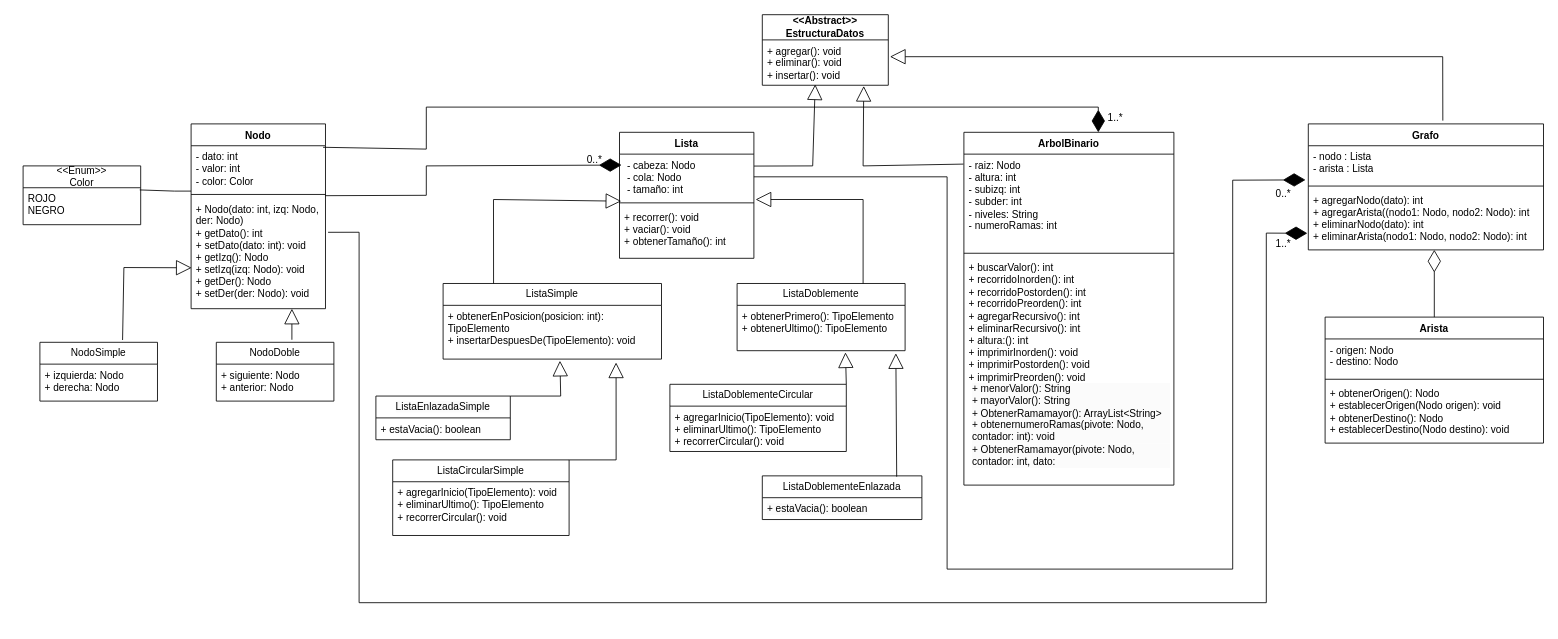
Above: ACD - Estructuras de datos.drawio in Nikooll/ACD---Estructuras-de-datos (draw.io), before the change. Source tidied: cells renumbered, new cells numbered last; positions are measured from the earlier drawing's top-left corner, leaving out a move shared by most shapes. Both pictures are drawn from the tidied source at 84%, with x=0, y=0 at pixel (23, 14).
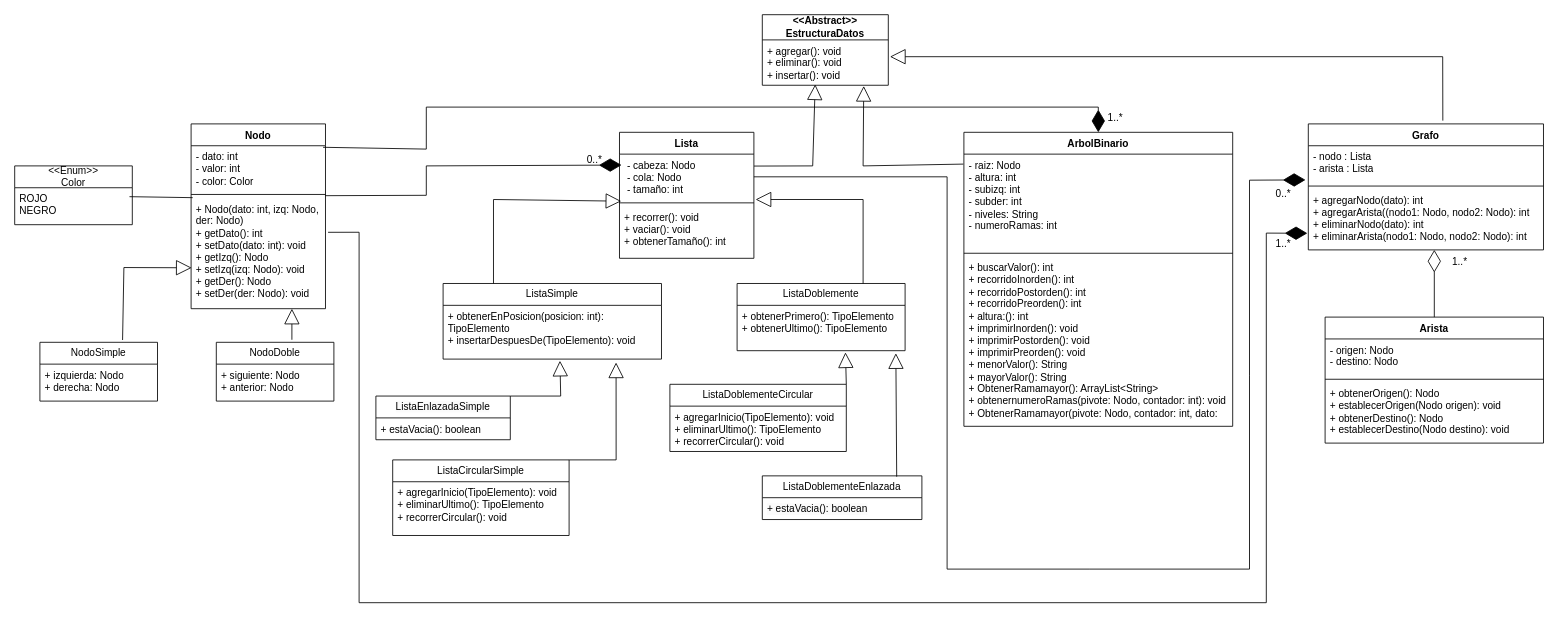
After the change.

Unchanged cells that the change refers to:
```xml
<mxCell id="9" value="&amp;nbsp;- cabeza: Nodo&lt;br&gt;&lt;div&gt;&amp;nbsp;- cola: Nodo&amp;nbsp;&lt;/div&gt;&lt;div&gt;&amp;nbsp;- tamaño: int&amp;nbsp; &lt;/div&gt;" style="text;strokeColor=none;fillColor=none;align=left;verticalAlign=top;spacingLeft=4;spacingRight=4;overflow=hidden;points=[[0,0.5],[1,0.5]];portConstraint=eastwest;whiteSpace=wrap;html=1;" parent="8" vertex="1">
  <mxGeometry y="26" width="160" height="54" as="geometry" />
</mxCell>
<mxCell id="10" style="line;strokeWidth=1;fillColor=none;align=left;verticalAlign=middle;spacingTop=-1;spacingLeft=3;spacingRight=3;labelPosition=right;points=[];portConstraint=eastwest;strokeColor=inherit;" parent="8" vertex="1">
  <mxGeometry y="80" width="160" height="8" as="geometry" />
</mxCell>
<mxCell id="14" value="ListaSimple" style="swimlane;fontStyle=0;horizontal=1;startSize=26;fillColor=none;whiteSpace=wrap;html=1;" parent="1" vertex="1">
  <mxGeometry x="500" y="320" width="260" height="90" as="geometry" />
</mxCell>
<mxCell id="33" value="- nodo : Lista&lt;br&gt;- arista : Lista" style="text;strokeColor=none;fillColor=none;align=left;verticalAlign=top;spacingLeft=4;spacingRight=4;overflow=hidden;points=[[0,0.5],[1,0.5]];portConstraint=eastwest;whiteSpace=wrap;html=1;" parent="32" vertex="1">
  <mxGeometry y="26" width="280" height="44" as="geometry" />
</mxCell>
<mxCell id="44" style="line;strokeWidth=1;fillColor=none;align=left;verticalAlign=middle;spacingTop=-1;spacingLeft=3;spacingRight=3;labelPosition=right;points=[];portConstraint=eastwest;strokeColor=inherit;" parent="42" vertex="1">
  <mxGeometry y="80" width="160" height="8" as="geometry" />
</mxCell>
<mxCell id="47" value="&lt;div&gt;ROJO&lt;/div&gt;&lt;div&gt;NEGRO&lt;br&gt;&lt;/div&gt;" style="text;strokeColor=none;fillColor=none;align=left;verticalAlign=top;spacingLeft=4;spacingRight=4;overflow=hidden;points=[[0,0.5],[1,0.5]];portConstraint=eastwest;whiteSpace=wrap;html=1;" parent="46" vertex="1">
  <mxGeometry y="26" width="140" height="44" as="geometry" />
</mxCell>
```

Change to the diagram source:
```diff
@@
     <mxCell id="4" value="ArbolBinario" style="swimlane;fontStyle=1;align=center;verticalAlign=top;horizontal=1;startSize=26;whiteSpace=wrap;html=1;" parent="1" vertex="1">
-      <mxGeometry x="1120" y="140" width="250" height="420" as="geometry" />
+      <mxGeometry x="1120" y="140" width="320" height="350" as="geometry" />
     </mxCell>
     <mxCell id="5" value="- raiz: Nodo&lt;br&gt;- altura: int&lt;br&gt;- subizq: int&lt;br&gt;- subder: int&lt;br&gt;- niveles: String&lt;br&gt;- numeroRamas: int" style="text;strokeColor=none;fillColor=none;align=left;verticalAlign=top;spacingLeft=4;spacingRight=4;overflow=hidden;points=[[0,0.5],[1,0.5]];portConstraint=eastwest;whiteSpace=wrap;html=1;" parent="4" vertex="1">
-      <mxGeometry y="26" width="250" height="114" as="geometry" />
+      <mxGeometry y="26" width="320" height="114" as="geometry" />
     </mxCell>
     <mxCell id="6" style="line;strokeWidth=1;fillColor=none;align=left;verticalAlign=middle;spacingTop=-1;spacingLeft=3;spacingRight=3;labelPosition=right;strokeColor=inherit;" parent="4" vertex="1">
-      <mxGeometry y="140" width="250" height="8" as="geometry" />
+      <mxGeometry y="140" width="320" height="8" as="geometry" />
     </mxCell>
-    <mxCell id="7" value="+ buscarValor(): int&lt;br&gt;+ recorridoInorden(): int&lt;br&gt;+ recorridoPostorden(): int&lt;br&gt;+ recorridoPreorden(): int&lt;br&gt;+ agregarRecursivo(): int&lt;br&gt;+ eliminarRecursivo(): int&lt;br&gt;+ altura:(): int&lt;br&gt;+ imprimirInorden(): void&lt;br&gt;+ imprimirPostorden(): void&lt;br&gt;+ imprimirPreorden(): void&lt;br&gt;&lt;div&gt;&lt;p style=&quot;forced-color-adjust: none; color: rgb(0, 0, 0); font-family: Helvetica; font-size: 12px; font-style: normal; font-variant-ligatures: normal; font-variant-caps: normal; font-weight: 400; letter-spacing: normal; orphans: 2; text-align: left; text-indent: 0px; text-transform: none; widows: 2; word-spacing: 0px; -webkit-text-stroke-width: 0px; white-space: normal; background-color: rgb(251, 251, 251); text-decoration-thickness: initial; text-decoration-style: initial; text-decoration-color: initial; margin: 0px 0px 0px 4px;&quot;&gt;&lt;span style=&quot;forced-color-adjust: none; background-color: initial;&quot;&gt;+ menorValor(): String&lt;/span&gt;&lt;/p&gt;&lt;p style=&quot;forced-color-adjust: none; color: rgb(0, 0, 0); font-family: Helvetica; font-size: 12px; font-style: normal; font-variant-ligatures: normal; font-variant-caps: normal; font-weight: 400; letter-spacing: normal; orphans: 2; text-align: left; text-indent: 0px; text-transform: none; widows: 2; word-spacing: 0px; -webkit-text-stroke-width: 0px; white-space: normal; background-color: rgb(251, 251, 251); text-decoration-thickness: initial; text-decoration-style: initial; text-decoration-color: initial; margin: 0px 0px 0px 4px;&quot;&gt;&lt;span style=&quot;forced-color-adjust: none; background-color: initial;&quot;&gt;+ mayorValor(): String&lt;/span&gt;&lt;/p&gt;&lt;p style=&quot;forced-color-adjust: none; color: rgb(0, 0, 0); font-family: Helvetica; font-size: 12px; font-style: normal; font-variant-ligatures: normal; font-variant-caps: normal; font-weight: 400; letter-spacing: normal; orphans: 2; text-align: left; text-indent: 0px; text-transform: none; widows: 2; word-spacing: 0px; -webkit-text-stroke-width: 0px; white-space: normal; background-color: rgb(251, 251, 251); text-decoration-thickness: initial; text-decoration-style: initial; text-decoration-color: initial; margin: 0px 0px 0px 4px;&quot;&gt;&lt;span style=&quot;forced-color-adjust: none; background-color: initial;&quot;&gt;+ ObtenerRamamayor(): ArrayList&amp;lt;String&amp;gt;&lt;/span&gt;&lt;/p&gt;&lt;p style=&quot;forced-color-adjust: none; color: rgb(0, 0, 0); font-family: Helvetica; font-size: 12px; font-style: normal; font-variant-ligatures: normal; font-variant-caps: normal; font-weight: 400; letter-spacing: normal; orphans: 2; text-align: left; text-indent: 0px; text-transform: none; widows: 2; word-spacing: 0px; -webkit-text-stroke-width: 0px; white-space: normal; background-color: rgb(251, 251, 251); text-decoration-thickness: initial; text-decoration-style: initial; text-decoration-color: initial; margin: 0px 0px 0px 4px;&quot;&gt;&lt;span style=&quot;forced-color-adjust: none; background-color: initial;&quot;&gt;+ obtenernumeroRamas(pivote: Nodo, contador: int): void&lt;/span&gt;&lt;/p&gt;&lt;p style=&quot;forced-color-adjust: none; color: rgb(0, 0, 0); font-family: Helvetica; font-size: 12px; font-style: normal; font-variant-ligatures: normal; font-variant-caps: normal; font-weight: 400; letter-spacing: normal; orphans: 2; text-align: left; text-indent: 0px; text-transform: none; widows: 2; word-spacing: 0px; -webkit-text-stroke-width: 0px; white-space: normal; background-color: rgb(251, 251, 251); text-decoration-thickness: initial; text-decoration-style: initial; text-decoration-color: initial; margin: 0px 0px 0px 4px;&quot;&gt;&lt;span style=&quot;forced-color-adjust: none; background-color: initial;&quot;&gt;+ ObtenerRamamayor(pivote: Nodo, contador: int, dato:&lt;/span&gt;&lt;/p&gt;&lt;p style=&quot;forced-color-adjust: none; color: rgb(0, 0, 0); font-family: Helvetica; font-size: 12px; font-style: normal; font-variant-ligatures: normal; font-variant-caps: normal; font-weight: 400; letter-spacing: normal; orphans: 2; text-align: left; text-indent: 0px; text-transform: none; widows: 2; word-spacing: 0px; -webkit-text-stroke-width: 0px; white-space: normal; background-color: rgb(251, 251, 251); text-decoration-thickness: initial; text-decoration-style: initial; text-decoration-color: initial; margin: 0px 0px 0px 4px;&quot;&gt;&lt;/p&gt;&lt;/div&gt;" style="text;strokeColor=none;fillColor=none;align=left;verticalAlign=top;spacingLeft=4;spacingRight=4;overflow=hidden;whiteSpace=wrap;html=1;" parent="4" vertex="1">
-      <mxGeometry y="148" width="250" height="272" as="geometry" />
+    <mxCell id="7" value="+ buscarValor(): int&lt;br&gt;+ recorridoInorden(): int&lt;br&gt;+ recorridoPostorden(): int&lt;br&gt;+ recorridoPreorden(): int&lt;br&gt;+ altura:(): int&lt;br&gt;+ imprimirInorden(): void&lt;br&gt;+ imprimirPostorden(): void&lt;br&gt;+ imprimirPreorden(): void&lt;br&gt;&lt;div&gt;+ menorValor(): String&lt;br&gt;+ mayorValor(): String&lt;br&gt;+ ObtenerRamamayor(): ArrayList&amp;lt;String&amp;gt;&lt;br&gt;+ obtenernumeroRamas(pivote: Nodo, contador: int): void&lt;br&gt;+ ObtenerRamamayor(pivote: Nodo, contador: int, dato:&lt;br&gt;&lt;/div&gt;" style="text;strokeColor=none;fillColor=none;align=left;verticalAlign=top;spacingLeft=4;spacingRight=4;overflow=hidden;whiteSpace=wrap;html=1;" parent="4" vertex="1">
+      <mxGeometry y="148" width="320" height="202" as="geometry" />
     </mxCell>
@@
-    <mxCell id="29" style="endArrow=block;endSize=16;endFill=0;html=1;rounded=0;exitX=0.231;exitY=0;exitDx=0;exitDy=0;exitPerimeter=0;entryX=0.013;entryY=0.25;entryDx=0;entryDy=0;entryPerimeter=0;" parent="1" edge="1" source="14" target="10">
+    <mxCell id="29" style="endArrow=block;endSize=16;endFill=0;html=1;rounded=0;entryX=0.013;entryY=0.25;entryDx=0;entryDy=0;entryPerimeter=0;" parent="1" edge="1" target="10">
       <mxGeometry relative="1" as="geometry">
+        <mxPoint x="560" y="320" as="sourcePoint" />
         <Array as="points">
           <mxPoint x="560" y="220" />
         </Array>
       </mxGeometry>
     </mxCell>
@@
     <mxCell id="46" value="&lt;div&gt;&lt;span lang=&quot;es&quot; class=&quot;BxUVEf ILfuVd&quot;&gt;&lt;span class=&quot;hgKElc&quot;&gt;&amp;lt;&lt;/span&gt;&lt;/span&gt;&lt;span lang=&quot;es&quot; class=&quot;BxUVEf ILfuVd&quot;&gt;&lt;span class=&quot;hgKElc&quot;&gt;&amp;lt;Enum&lt;/span&gt;&lt;/span&gt;&lt;span lang=&quot;es&quot; class=&quot;BxUVEf ILfuVd&quot;&gt;&lt;span class=&quot;hgKElc&quot;&gt;&amp;gt;&lt;/span&gt;&lt;/span&gt;&lt;span lang=&quot;es&quot; class=&quot;BxUVEf ILfuVd&quot;&gt;&lt;span class=&quot;hgKElc&quot;&gt;&amp;gt;&lt;/span&gt;&lt;/span&gt;&lt;/div&gt;&lt;span lang=&quot;es&quot; class=&quot;BxUVEf ILfuVd&quot;&gt;&lt;span class=&quot;hgKElc&quot;&gt;Color&lt;/span&gt;&lt;/span&gt;" style="swimlane;fontStyle=0;horizontal=1;startSize=26;fillColor=none;whiteSpace=wrap;html=1;" parent="1" vertex="1">
-      <mxGeometry y="180" width="140" height="70" as="geometry" />
+      <mxGeometry x="-10" y="180" width="140" height="70" as="geometry" />
     </mxCell>
@@
-    <mxCell id="48" style="endArrow=none;html=1;rounded=0;exitX=0.992;exitY=0.059;exitDx=0;exitDy=0;exitPerimeter=0;" parent="1" edge="1" source="47">
-      <mxGeometry relative="1" as="geometry">
-        <mxPoint x="200" y="210" as="targetPoint" />
-        <Array as="points">
-          <mxPoint x="180" y="210" />
-        </Array>
-      </mxGeometry>
+    <mxCell id="48" style="endArrow=none;html=1;rounded=0;exitX=0.976;exitY=0.242;exitDx=0;exitDy=0;exitPerimeter=0;entryX=0.012;entryY=0.978;entryDx=0;entryDy=0;entryPerimeter=0;" parent="1" edge="1" source="47" target="44">
+      <mxGeometry relative="1" as="geometry" />
     </mxCell>
@@
     <mxCell id="57" style="endArrow=diamondThin;endFill=1;endSize=24;html=1;rounded=0;exitX=1;exitY=0.5;exitDx=0;exitDy=0;entryX=-0.012;entryY=0.924;entryDx=0;entryDy=0;entryPerimeter=0;" parent="1" edge="1" source="9" target="33">
       <mxGeometry relative="1" as="geometry">
         <Array as="points">
           <mxPoint x="1100" y="193" />
           <mxPoint x="1100" y="660" />
-          <mxPoint x="1440" y="660" />
-          <mxPoint x="1440" y="197" />
+          <mxPoint x="1270" y="660" />
+          <mxPoint x="1460" y="660" />
+          <mxPoint x="1460" y="430" />
+          <mxPoint x="1460" y="197" />
         </Array>
       </mxGeometry>
     </mxCell>
@@
+    <mxCell id="63" value="1..*" style="text;html=1;align=center;verticalAlign=middle;strokeColor=none;fillColor=none;" parent="1" vertex="1">
+      <mxGeometry x="1690" y="280" width="40" height="30" as="geometry" />
+    </mxCell>
```
